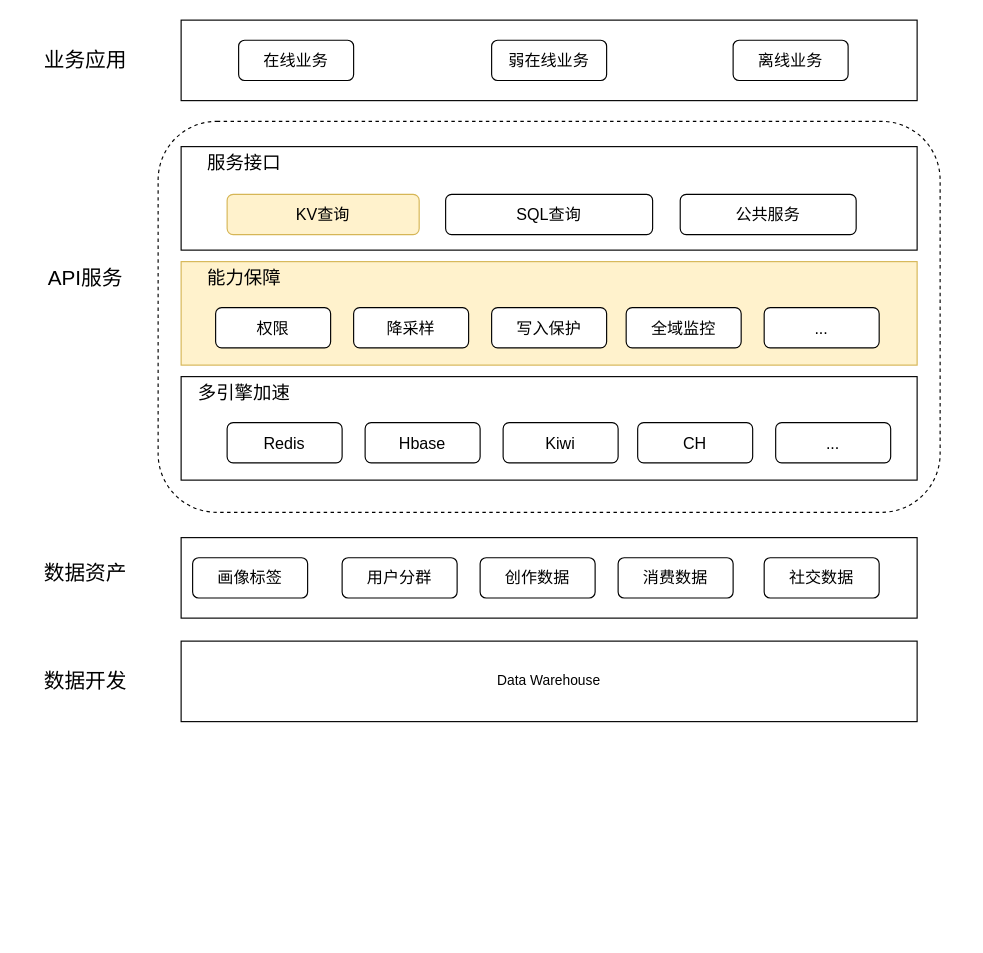
FlyThroughAir/DrawHere keeps this draw.io diagram as 晋升2.drawio. Above is the earlier version. Source tidied: cells renumbered, new cells numbered last; positions are measured from the earlier drawing's top-left corner, leaving out a move shared by most shapes. Both pictures are drawn from the tidied source at 115%, with x=0, y=0 at pixel (22, 20).
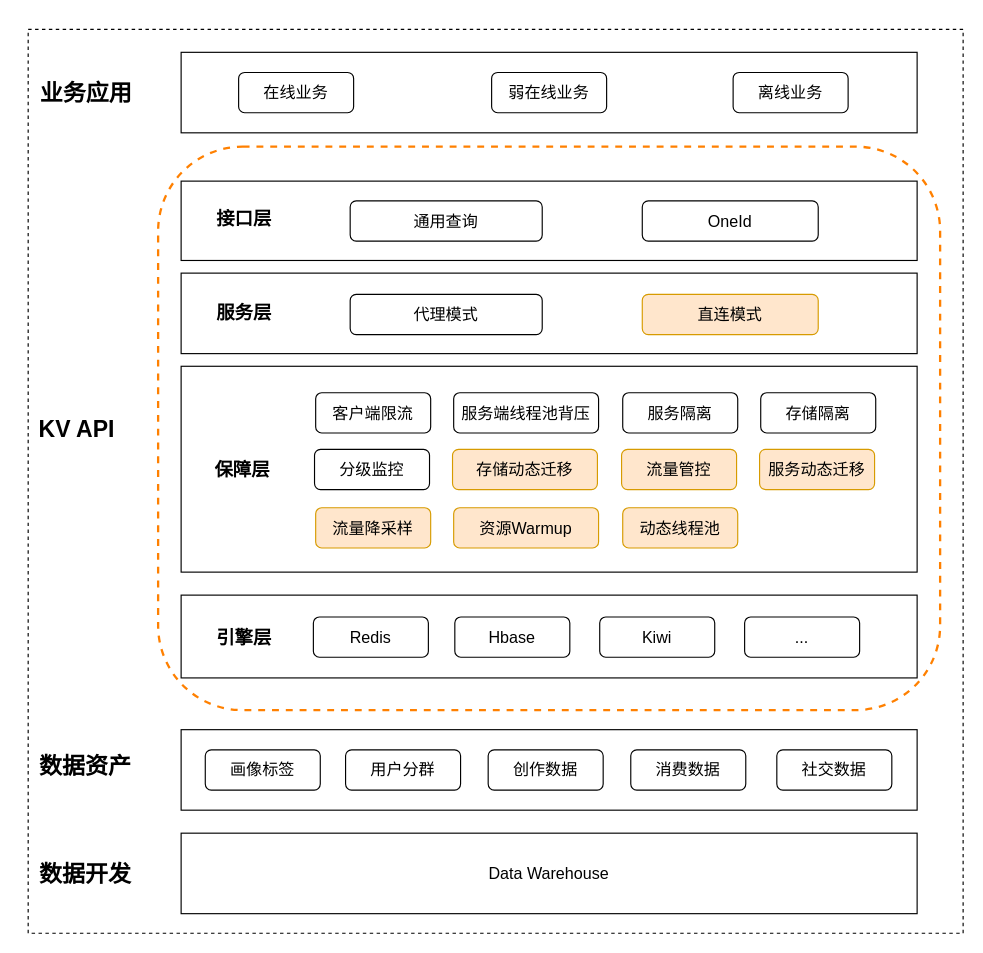
The same diagram, later.

Diff of the diagram source:
```diff
@@
+    <mxCell id="37" style="rounded=0;whiteSpace=wrap;html=1;strokeWidth=1;dashed=1;" parent="1" vertex="1">
+      <mxGeometry x="5" y="8" width="813" height="786" as="geometry" />
+    </mxCell>
-    <mxCell id="2" style="rounded=1;whiteSpace=wrap;html=1;dashed=1;" parent="1" vertex="1">
-      <mxGeometry x="118" y="88" width="680" height="340" as="geometry" />
+    <mxCell id="2" style="rounded=1;whiteSpace=wrap;html=1;dashed=1;strokeColor=#FF8000;strokeWidth=2;" parent="1" vertex="1">
+      <mxGeometry x="118" y="110" width="680" height="490" as="geometry" />
     </mxCell>
     <mxCell id="3" style="rounded=0;whiteSpace=wrap;html=1;" parent="1" vertex="1">
-      <mxGeometry x="138" width="640" height="70" as="geometry" />
+      <mxGeometry x="138" y="28" width="640" height="70" as="geometry" />
     </mxCell>
-    <mxCell id="4" value="&lt;font style=&quot;font-size: 18px;&quot;&gt;业务应用&lt;/font&gt;" style="text;html=1;strokeColor=none;fillColor=none;align=center;verticalAlign=middle;whiteSpace=wrap;rounded=0;fontSize=18;" parent="1" vertex="1">
-      <mxGeometry x="15" y="22.5" width="80" height="25" as="geometry" />
+    <mxCell id="4" value="&lt;font style=&quot;font-size: 20px;&quot;&gt;业务应用&lt;/font&gt;" style="text;html=1;strokeColor=none;fillColor=none;align=center;verticalAlign=middle;whiteSpace=wrap;rounded=0;fontSize=20;fontStyle=1;" parent="1" vertex="1">
+      <mxGeometry x="-2.5" y="50.5" width="115" height="25" as="geometry" />
     </mxCell>
     <mxCell id="5" style="rounded=0;whiteSpace=wrap;html=1;" parent="1" vertex="1">
-      <mxGeometry x="138" y="110" width="640" height="90" as="geometry" />
+      <mxGeometry x="138" y="140" width="640" height="69" as="geometry" />
     </mxCell>
-    <mxCell id="6" value="&lt;font style=&quot;font-size: 16px&quot;&gt;服务接口&lt;/font&gt;" style="text;html=1;strokeColor=none;fillColor=none;align=center;verticalAlign=middle;whiteSpace=wrap;rounded=0;" parent="1" vertex="1">
-      <mxGeometry x="138" y="110" width="110" height="27.5" as="geometry" />
+    <mxCell id="6" value="&lt;font style=&quot;font-size: 16px;&quot;&gt;接口层&lt;/font&gt;" style="text;html=1;strokeColor=none;fillColor=none;align=center;verticalAlign=middle;whiteSpace=wrap;rounded=0;fontSize=16;fontStyle=1;" parent="1" vertex="1">
+      <mxGeometry x="138" y="159.2" width="110" height="27.5" as="geometry" />
     </mxCell>
     <mxCell id="7" style="rounded=0;whiteSpace=wrap;html=1;" parent="1" vertex="1">
-      <mxGeometry x="138" y="310" width="640" height="90" as="geometry" />
+      <mxGeometry x="138" y="500" width="640" height="72" as="geometry" />
     </mxCell>
-    <mxCell id="8" value="&lt;font style=&quot;font-size: 16px&quot;&gt;多引擎加速&lt;/font&gt;" style="text;html=1;strokeColor=none;fillColor=none;align=center;verticalAlign=middle;whiteSpace=wrap;rounded=0;" parent="1" vertex="1">
-      <mxGeometry x="138" y="310" width="110" height="27.5" as="geometry" />
+    <mxCell id="8" value="&lt;font style=&quot;font-size: 16px;&quot;&gt;引擎层&lt;/font&gt;" style="text;html=1;strokeColor=none;fillColor=none;align=center;verticalAlign=middle;whiteSpace=wrap;rounded=0;fontSize=16;fontStyle=1;" parent="1" vertex="1">
+      <mxGeometry x="138" y="522.8" width="110" height="27.5" as="geometry" />
     </mxCell>
     <mxCell id="9" style="rounded=0;whiteSpace=wrap;html=1;" parent="1" vertex="1">
-      <mxGeometry x="138" y="450" width="640" height="70" as="geometry" />
+      <mxGeometry x="138" y="617" width="640" height="70" as="geometry" />
     </mxCell>
-    <mxCell id="10" value="&lt;span style=&quot;font-size: 18px;&quot;&gt;数据资产&lt;/span&gt;" style="text;html=1;strokeColor=none;fillColor=none;align=center;verticalAlign=middle;whiteSpace=wrap;rounded=0;fontSize=18;" parent="1" vertex="1">
-      <mxGeometry y="467.5" width="110" height="27.5" as="geometry" />
+    <mxCell id="10" value="&lt;span style=&quot;font-size: 20px;&quot;&gt;数据资产&lt;/span&gt;" style="text;html=1;strokeColor=none;fillColor=none;align=center;verticalAlign=middle;whiteSpace=wrap;rounded=0;fontSize=20;fontStyle=1;" parent="1" vertex="1">
+      <mxGeometry y="634.5" width="110" height="27.5" as="geometry" />
     </mxCell>
-    <mxCell id="11" value="&lt;span&gt;Data Warehouse&lt;/span&gt;" style="rounded=0;whiteSpace=wrap;html=1;" parent="1" vertex="1">
-      <mxGeometry x="138" y="540" width="640" height="70" as="geometry" />
+    <mxCell id="11" value="&lt;span&gt;&lt;font style=&quot;font-size: 14px;&quot;&gt;Data Warehouse&lt;/font&gt;&lt;/span&gt;" style="rounded=0;whiteSpace=wrap;html=1;" parent="1" vertex="1">
+      <mxGeometry x="138" y="707" width="640" height="70" as="geometry" />
     </mxCell>
-    <mxCell id="12" value="&lt;span style=&quot;font-size: 18px;&quot;&gt;数据开发&lt;/span&gt;" style="text;html=1;strokeColor=none;fillColor=none;align=center;verticalAlign=middle;whiteSpace=wrap;rounded=0;fontSize=18;" parent="1" vertex="1">
-      <mxGeometry y="561.2" width="110" height="27.5" as="geometry" />
+    <mxCell id="12" value="&lt;span style=&quot;font-size: 20px;&quot;&gt;数据开发&lt;/span&gt;" style="text;html=1;strokeColor=none;fillColor=none;align=center;verticalAlign=middle;whiteSpace=wrap;rounded=0;fontSize=20;fontStyle=1;" parent="1" vertex="1">
+      <mxGeometry y="728.2" width="110" height="27.5" as="geometry" />
     </mxCell>
     <mxCell id="13" value="&lt;font style=&quot;font-size: 14px&quot;&gt;在线业务&lt;/font&gt;" style="rounded=1;whiteSpace=wrap;html=1;" parent="1" vertex="1">
-      <mxGeometry x="188" y="17.5" width="100" height="35" as="geometry" />
+      <mxGeometry x="188" y="45.5" width="100" height="35" as="geometry" />
     </mxCell>
     <mxCell id="14" value="&lt;font style=&quot;font-size: 14px&quot;&gt;弱在线业务&lt;/font&gt;" style="rounded=1;whiteSpace=wrap;html=1;" parent="1" vertex="1">
-      <mxGeometry x="408" y="17.5" width="100" height="35" as="geometry" />
+      <mxGeometry x="408" y="45.5" width="100" height="35" as="geometry" />
     </mxCell>
     <mxCell id="15" value="&lt;font style=&quot;font-size: 14px&quot;&gt;离线业务&lt;/font&gt;" style="rounded=1;whiteSpace=wrap;html=1;" parent="1" vertex="1">
-      <mxGeometry x="618" y="17.5" width="100" height="35" as="geometry" />
+      <mxGeometry x="618" y="45.5" width="100" height="35" as="geometry" />
     </mxCell>
-    <mxCell id="16" value="&lt;span style=&quot;font-size: 14px&quot;&gt;KV查询&lt;/span&gt;" style="rounded=1;whiteSpace=wrap;html=1;fillColor=#fff2cc;strokeColor=#d6b656;" parent="1" vertex="1">
-      <mxGeometry x="178" y="151.5" width="167" height="35" as="geometry" />
+    <mxCell id="16" value="&lt;span style=&quot;font-size: 14px&quot;&gt;通用查询&lt;/span&gt;" style="rounded=1;whiteSpace=wrap;html=1;" parent="1" vertex="1">
+      <mxGeometry x="285" y="157.2" width="167" height="35" as="geometry" />
     </mxCell>
-    <mxCell id="17" value="&lt;span style=&quot;font-size: 14px&quot;&gt;SQL查询&lt;/span&gt;" style="rounded=1;whiteSpace=wrap;html=1;" parent="1" vertex="1">
-      <mxGeometry x="368" y="151.5" width="180" height="35" as="geometry" />
-    </mxCell>
-    <mxCell id="18" value="&lt;span style=&quot;font-size: 14px&quot;&gt;公共服务&lt;/span&gt;" style="rounded=1;whiteSpace=wrap;html=1;" parent="1" vertex="1">
-      <mxGeometry x="572" y="151.5" width="153" height="35" as="geometry" />
+    <mxCell id="18" value="&lt;span style=&quot;font-size: 14px&quot;&gt;OneId&lt;/span&gt;" style="rounded=1;whiteSpace=wrap;html=1;" parent="1" vertex="1">
+      <mxGeometry x="539" y="157.2" width="153" height="35" as="geometry" />
     </mxCell>
     <mxCell id="19" value="&lt;span style=&quot;font-size: 14px&quot;&gt;Redis&lt;/span&gt;" style="rounded=1;whiteSpace=wrap;html=1;" parent="1" vertex="1">
-      <mxGeometry x="178" y="350" width="100" height="35" as="geometry" />
+      <mxGeometry x="253" y="519" width="100" height="35" as="geometry" />
     </mxCell>
     <mxCell id="20" value="&lt;span style=&quot;font-size: 14px&quot;&gt;Hbase&lt;/span&gt;" style="rounded=1;whiteSpace=wrap;html=1;" parent="1" vertex="1">
-      <mxGeometry x="298" y="350" width="100" height="35" as="geometry" />
+      <mxGeometry x="376" y="519" width="100" height="35" as="geometry" />
     </mxCell>
     <mxCell id="21" value="&lt;span style=&quot;font-size: 14px&quot;&gt;Kiwi&lt;/span&gt;" style="rounded=1;whiteSpace=wrap;html=1;" parent="1" vertex="1">
-      <mxGeometry x="418" y="350" width="100" height="35" as="geometry" />
+      <mxGeometry x="502" y="519" width="100" height="35" as="geometry" />
     </mxCell>
-    <mxCell id="22" value="&lt;span style=&quot;font-size: 14px&quot;&gt;CH&lt;/span&gt;" style="rounded=1;whiteSpace=wrap;html=1;" parent="1" vertex="1">
-      <mxGeometry x="535" y="350" width="100" height="35" as="geometry" />
-    </mxCell>
     <mxCell id="23" value="&lt;span style=&quot;font-size: 14px&quot;&gt;画像标签&lt;/span&gt;" style="rounded=1;whiteSpace=wrap;html=1;" parent="1" vertex="1">
-      <mxGeometry x="148" y="467.5" width="100" height="35" as="geometry" />
+      <mxGeometry x="159" y="634.5" width="100" height="35" as="geometry" />
     </mxCell>
     <mxCell id="24" value="&lt;font style=&quot;font-size: 14px&quot;&gt;用户分群&lt;/font&gt;" style="rounded=1;whiteSpace=wrap;html=1;" parent="1" vertex="1">
-      <mxGeometry x="278" y="467.5" width="100" height="35" as="geometry" />
+      <mxGeometry x="281" y="634.5" width="100" height="35" as="geometry" />
     </mxCell>
     <mxCell id="25" value="&lt;font style=&quot;font-size: 14px&quot;&gt;创作数据&lt;/font&gt;" style="rounded=1;whiteSpace=wrap;html=1;" parent="1" vertex="1">
-      <mxGeometry x="398" y="467.5" width="100" height="35" as="geometry" />
+      <mxGeometry x="405" y="634.5" width="100" height="35" as="geometry" />
     </mxCell>
     <mxCell id="26" value="&lt;font style=&quot;font-size: 14px&quot;&gt;消费数据&lt;/font&gt;" style="rounded=1;whiteSpace=wrap;html=1;" parent="1" vertex="1">
-      <mxGeometry x="518" y="467.5" width="100" height="35" as="geometry" />
+      <mxGeometry x="529" y="634.5" width="100" height="35" as="geometry" />
     </mxCell>
     <mxCell id="27" value="&lt;font style=&quot;font-size: 14px&quot;&gt;社交数据&lt;/font&gt;" style="rounded=1;whiteSpace=wrap;html=1;" parent="1" vertex="1">
-      <mxGeometry x="645" y="467.5" width="100" height="35" as="geometry" />
+      <mxGeometry x="656" y="634.5" width="100" height="35" as="geometry" />
     </mxCell>
     <mxCell id="28" value="&lt;span style=&quot;font-size: 14px&quot;&gt;...&lt;/span&gt;" style="rounded=1;whiteSpace=wrap;html=1;" parent="1" vertex="1">
-      <mxGeometry x="655" y="350" width="100" height="35" as="geometry" />
+      <mxGeometry x="628" y="519" width="100" height="35" as="geometry" />
     </mxCell>
-    <mxCell id="29" style="rounded=0;whiteSpace=wrap;html=1;fillColor=#fff2cc;strokeColor=#d6b656;" parent="1" vertex="1">
-      <mxGeometry x="138" y="210" width="640" height="90" as="geometry" />
-    </mxCell>
-    <mxCell id="30" value="&lt;font style=&quot;font-size: 16px&quot;&gt;能力保障&lt;/font&gt;" style="text;html=1;strokeColor=none;fillColor=none;align=center;verticalAlign=middle;whiteSpace=wrap;rounded=0;" parent="1" vertex="1">
-      <mxGeometry x="138" y="210" width="110" height="27.5" as="geometry" />
-    </mxCell>
-    <mxCell id="31" value="&lt;span style=&quot;font-size: 14px&quot;&gt;权限&lt;/span&gt;" style="rounded=1;whiteSpace=wrap;html=1;" parent="1" vertex="1">
-      <mxGeometry x="168" y="250" width="100" height="35" as="geometry" />
-    </mxCell>
-    <mxCell id="32" value="&lt;span style=&quot;font-size: 14px&quot;&gt;降采样&lt;/span&gt;" style="rounded=1;whiteSpace=wrap;html=1;" parent="1" vertex="1">
-      <mxGeometry x="288" y="250" width="100" height="35" as="geometry" />
-    </mxCell>
-    <mxCell id="33" value="&lt;span style=&quot;font-size: 14px&quot;&gt;写入保护&lt;/span&gt;" style="rounded=1;whiteSpace=wrap;html=1;" parent="1" vertex="1">
-      <mxGeometry x="408" y="250" width="100" height="35" as="geometry" />
-    </mxCell>
-    <mxCell id="34" value="&lt;span style=&quot;font-size: 14px&quot;&gt;全域监控&lt;/span&gt;" style="rounded=1;whiteSpace=wrap;html=1;" parent="1" vertex="1">
-      <mxGeometry x="525" y="250" width="100" height="35" as="geometry" />
-    </mxCell>
-    <mxCell id="35" value="&lt;span style=&quot;font-size: 14px&quot;&gt;...&lt;/span&gt;" style="rounded=1;whiteSpace=wrap;html=1;" parent="1" vertex="1">
-      <mxGeometry x="645" y="250" width="100" height="35" as="geometry" />
-    </mxCell>
-    <mxCell id="36" value="&lt;font style=&quot;font-size: 18px;&quot;&gt;API服务&lt;/font&gt;" style="text;html=1;strokeColor=none;fillColor=none;align=center;verticalAlign=middle;whiteSpace=wrap;rounded=0;fontSize=18;" parent="1" vertex="1">
-      <mxGeometry x="20" y="212.5" width="70" height="25" as="geometry" />
+    <mxCell id="36" value="&lt;font style=&quot;font-size: 20px;&quot;&gt;KV API&lt;/font&gt;" style="text;html=1;strokeColor=none;fillColor=none;align=center;verticalAlign=middle;whiteSpace=wrap;rounded=0;fontSize=20;fontStyle=1;" parent="1" vertex="1">
+      <mxGeometry x="2.6" y="342.5" width="88.8" height="25" as="geometry" />
     </mxCell>
+    <mxCell id="38" style="rounded=0;whiteSpace=wrap;html=1;" parent="1" vertex="1">
+      <mxGeometry x="138" y="220" width="640" height="70" as="geometry" />
+    </mxCell>
+    <mxCell id="39" value="&lt;font style=&quot;font-size: 16px;&quot;&gt;服务层&lt;/font&gt;" style="text;html=1;strokeColor=none;fillColor=none;align=center;verticalAlign=middle;whiteSpace=wrap;rounded=0;fontSize=16;fontStyle=1;" parent="1" vertex="1">
+      <mxGeometry x="138" y="240.5" width="110" height="27.5" as="geometry" />
+    </mxCell>
+    <mxCell id="40" value="&lt;span style=&quot;font-size: 14px;&quot;&gt;代理模式&lt;/span&gt;" style="rounded=1;whiteSpace=wrap;html=1;" parent="1" vertex="1">
+      <mxGeometry x="285" y="238.5" width="167" height="35" as="geometry" />
+    </mxCell>
+    <mxCell id="41" value="&lt;span style=&quot;font-size: 14px&quot;&gt;直连模式&lt;/span&gt;" style="rounded=1;whiteSpace=wrap;html=1;fillColor=#ffe6cc;strokeColor=#d79b00;" parent="1" vertex="1">
+      <mxGeometry x="539" y="238.5" width="153" height="35" as="geometry" />
+    </mxCell>
+    <mxCell id="42" style="rounded=0;whiteSpace=wrap;html=1;" parent="1" vertex="1">
+      <mxGeometry x="138" y="301" width="640" height="179" as="geometry" />
+    </mxCell>
+    <mxCell id="43" value="&lt;font style=&quot;font-size: 16px;&quot;&gt;保障层&lt;/font&gt;" style="text;html=1;strokeColor=none;fillColor=none;align=center;verticalAlign=middle;whiteSpace=wrap;rounded=0;fontSize=16;fontStyle=1;" parent="1" vertex="1">
+      <mxGeometry x="138" y="376.8" width="107" height="27.5" as="geometry" />
+    </mxCell>
+    <mxCell id="44" value="&lt;span style=&quot;font-size: 14px&quot;&gt;客户端限流&lt;/span&gt;" style="rounded=1;whiteSpace=wrap;html=1;" parent="1" vertex="1">
+      <mxGeometry x="255" y="324" width="100" height="35" as="geometry" />
+    </mxCell>
+    <mxCell id="45" value="&lt;span style=&quot;font-size: 14px;&quot;&gt;服务端线程池背压&lt;/span&gt;" style="rounded=1;whiteSpace=wrap;html=1;" parent="1" vertex="1">
+      <mxGeometry x="375" y="324" width="126" height="35" as="geometry" />
+    </mxCell>
+    <mxCell id="46" value="&lt;span style=&quot;font-size: 14px&quot;&gt;服务隔离&lt;/span&gt;" style="rounded=1;whiteSpace=wrap;html=1;" parent="1" vertex="1">
+      <mxGeometry x="522" y="324" width="100" height="35" as="geometry" />
+    </mxCell>
+    <mxCell id="47" value="&lt;span style=&quot;font-size: 14px;&quot;&gt;存储隔离&lt;/span&gt;" style="rounded=1;whiteSpace=wrap;html=1;" parent="1" vertex="1">
+      <mxGeometry x="642" y="324" width="100" height="35" as="geometry" />
+    </mxCell>
+    <mxCell id="48" value="&lt;span style=&quot;font-size: 14px&quot;&gt;分级监控&lt;/span&gt;" style="rounded=1;whiteSpace=wrap;html=1;" parent="1" vertex="1">
+      <mxGeometry x="254" y="373.2" width="100" height="35" as="geometry" />
+    </mxCell>
+    <mxCell id="49" value="&lt;span style=&quot;font-size: 14px;&quot;&gt;存储动态迁移&lt;/span&gt;" style="rounded=1;whiteSpace=wrap;html=1;fillColor=#ffe6cc;strokeColor=#d79b00;" parent="1" vertex="1">
+      <mxGeometry x="374" y="373.2" width="126" height="35" as="geometry" />
+    </mxCell>
+    <mxCell id="50" value="&lt;span style=&quot;font-size: 14px&quot;&gt;流量管控&lt;/span&gt;" style="rounded=1;whiteSpace=wrap;html=1;fillColor=#ffe6cc;strokeColor=#d79b00;" parent="1" vertex="1">
+      <mxGeometry x="521" y="373.2" width="100" height="35" as="geometry" />
+    </mxCell>
+    <mxCell id="51" value="&lt;span style=&quot;font-size: 14px;&quot;&gt;服务动态迁移&lt;/span&gt;" style="rounded=1;whiteSpace=wrap;html=1;fillColor=#ffe6cc;strokeColor=#d79b00;" parent="1" vertex="1">
+      <mxGeometry x="641" y="373.2" width="100" height="35" as="geometry" />
+    </mxCell>
+    <mxCell id="52" value="&lt;span style=&quot;font-size: 14px&quot;&gt;流量降采样&lt;/span&gt;" style="rounded=1;whiteSpace=wrap;html=1;fillColor=#ffe6cc;strokeColor=#d79b00;" parent="1" vertex="1">
+      <mxGeometry x="255" y="424" width="100" height="35" as="geometry" />
+    </mxCell>
+    <mxCell id="53" value="&lt;span style=&quot;font-size: 14px;&quot;&gt;资源Warmup&lt;/span&gt;" style="rounded=1;whiteSpace=wrap;html=1;fillColor=#ffe6cc;strokeColor=#d79b00;" parent="1" vertex="1">
+      <mxGeometry x="375" y="424" width="126" height="35" as="geometry" />
+    </mxCell>
+    <mxCell id="54" value="&lt;span style=&quot;font-size: 14px&quot;&gt;动态线程池&lt;/span&gt;" style="rounded=1;whiteSpace=wrap;html=1;fillColor=#ffe6cc;strokeColor=#d79b00;" parent="1" vertex="1">
+      <mxGeometry x="522" y="424" width="100" height="35" as="geometry" />
+    </mxCell>
```
